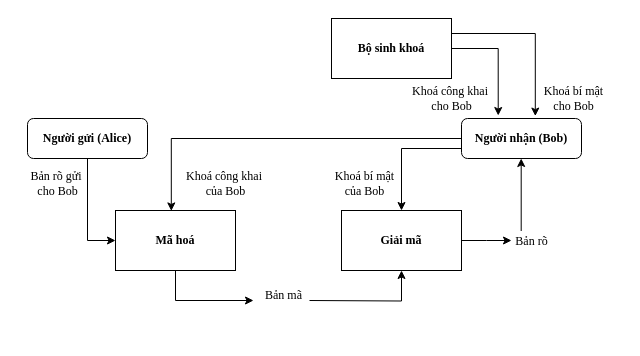
The draw.io diagram PKE.drawio in huyle84/diagrams, before the edit. Source tidied: cells renumbered, new cells numbered last; positions are measured from the earlier drawing's top-left corner, leaving out a move shared by most shapes. Both pictures are drawn from the tidied source at 100%, with x=0, y=0 at pixel (17, 18).
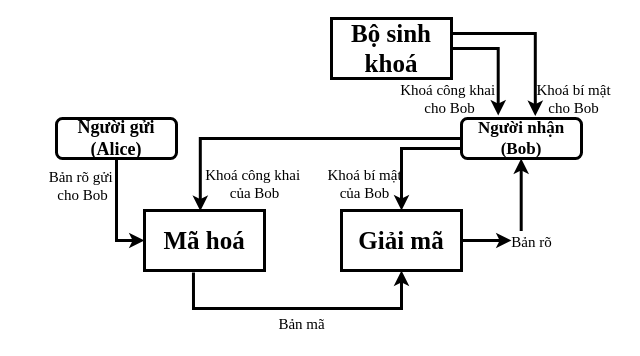
Above is the later version.

What changed in the source:
```diff
@@
-    <mxCell id="2" value="&lt;b&gt;&lt;font face=&quot;Times New Roman&quot;&gt;Mã hoá&lt;/font&gt;&lt;/b&gt;" style="rounded=0;whiteSpace=wrap;html=1;" parent="1" vertex="1">
-      <mxGeometry x="98" y="192" width="120" height="60" as="geometry" />
+    <mxCell id="2" value="&lt;b&gt;&lt;font face=&quot;Times New Roman&quot; style=&quot;font-size: 25px;&quot;&gt;Mã hoá&lt;/font&gt;&lt;/b&gt;" style="rounded=0;whiteSpace=wrap;html=1;strokeWidth=3;" parent="1" vertex="1">
+      <mxGeometry x="127" y="192" width="120" height="60" as="geometry" />
     </mxCell>
-    <mxCell id="3" style="edgeStyle=orthogonalEdgeStyle;rounded=0;jettySize=auto;html=1;" parent="1" edge="1" source="4">
+    <mxCell id="3" style="edgeStyle=orthogonalEdgeStyle;rounded=0;jettySize=auto;html=1;strokeWidth=3;" parent="1" edge="1" source="4">
       <mxGeometry relative="1" as="geometry">
         <mxPoint x="494" y="222" as="targetPoint" />
       </mxGeometry>
     </mxCell>
-    <mxCell id="4" value="&lt;font face=&quot;Times New Roman&quot;&gt;&lt;b&gt;Giải mã&lt;/b&gt;&lt;/font&gt;" style="rounded=0;whiteSpace=wrap;html=1;" parent="1" vertex="1">
+    <mxCell id="4" value="&lt;font face=&quot;Times New Roman&quot; style=&quot;font-size: 25px;&quot;&gt;&lt;b style=&quot;&quot;&gt;Giải mã&lt;/b&gt;&lt;/font&gt;" style="rounded=0;whiteSpace=wrap;html=1;strokeWidth=3;" parent="1" vertex="1">
       <mxGeometry x="324" y="192" width="120" height="60" as="geometry" />
     </mxCell>
-    <mxCell id="5" style="edgeStyle=orthogonalEdgeStyle;rounded=0;jettySize=auto;html=1;exitX=0;exitY=0.5;exitDx=0;exitDy=0;entryX=0.465;entryY=0.007;entryDx=0;entryDy=0;entryPerimeter=0;" parent="1" edge="1" source="16" target="2">
+    <mxCell id="5" style="edgeStyle=orthogonalEdgeStyle;rounded=0;jettySize=auto;html=1;exitX=0;exitY=0.5;exitDx=0;exitDy=0;entryX=0.465;entryY=0.007;entryDx=0;entryDy=0;entryPerimeter=0;strokeWidth=3;" parent="1" edge="1" source="16" target="2">
       <mxGeometry relative="1" as="geometry" />
     </mxCell>
-    <mxCell id="6" value="&lt;font face=&quot;Times New Roman&quot;&gt;Bộ sinh khoá&lt;/font&gt;" style="rounded=0;whiteSpace=wrap;html=1;fontStyle=1;" parent="1" vertex="1">
+    <mxCell id="6" value="&lt;font face=&quot;Times New Roman&quot; style=&quot;font-size: 25px;&quot;&gt;Bộ sinh khoá&lt;/font&gt;" style="rounded=0;whiteSpace=wrap;html=1;fontStyle=1;strokeWidth=3;" parent="1" vertex="1">
       <mxGeometry x="314" width="120" height="60" as="geometry" />
     </mxCell>
-    <mxCell id="7" value="&lt;font face=&quot;Times New Roman&quot;&gt;Khoá công khai&amp;nbsp;&lt;/font&gt;&lt;div&gt;&lt;font face=&quot;Times New Roman&quot;&gt;của Bob&lt;/font&gt;&lt;/div&gt;" style="text;html=1;align=center;verticalAlign=middle;strokeColor=none;fillColor=none;" parent="1" vertex="1">
-      <mxGeometry x="158" y="145" width="100" height="40" as="geometry" />
+    <mxCell id="7" value="&lt;font face=&quot;Times New Roman&quot; style=&quot;font-size: 15px;&quot;&gt;Khoá công khai&amp;nbsp;&lt;/font&gt;&lt;div&gt;&lt;font face=&quot;Times New Roman&quot; style=&quot;font-size: 15px;&quot;&gt;của Bob&lt;/font&gt;&lt;/div&gt;" style="text;html=1;align=center;verticalAlign=middle;strokeColor=none;fillColor=none;strokeWidth=3;" parent="1" vertex="1">
+      <mxGeometry x="177" y="140" width="120" height="50" as="geometry" />
     </mxCell>
-    <mxCell id="8" value="&lt;font face=&quot;Times New Roman&quot;&gt;Khoá bí mật&lt;/font&gt;&lt;div&gt;&lt;font face=&quot;Times New Roman&quot;&gt;của Bob&lt;/font&gt;&lt;br&gt;&lt;/div&gt;" style="text;html=1;align=center;verticalAlign=middle;strokeColor=none;fillColor=none;" parent="1" vertex="1">
-      <mxGeometry x="307" y="145" width="80" height="40" as="geometry" />
+    <mxCell id="8" value="&lt;font face=&quot;Times New Roman&quot; style=&quot;font-size: 15px;&quot;&gt;Khoá bí mật&lt;/font&gt;&lt;div&gt;&lt;font face=&quot;Times New Roman&quot; style=&quot;font-size: 15px;&quot;&gt;của Bob&lt;/font&gt;&lt;br&gt;&lt;/div&gt;" style="text;html=1;align=center;verticalAlign=middle;strokeColor=none;fillColor=none;strokeWidth=3;" parent="1" vertex="1">
+      <mxGeometry x="297" y="140" width="100" height="50" as="geometry" />
     </mxCell>
-    <mxCell id="9" style="edgeStyle=orthogonalEdgeStyle;rounded=0;jettySize=auto;html=1;entryX=0.5;entryY=1;entryDx=0;entryDy=0;" parent="1" edge="1" target="4">
+    <mxCell id="9" style="edgeStyle=orthogonalEdgeStyle;rounded=0;jettySize=auto;html=1;entryX=0.5;entryY=1;entryDx=0;entryDy=0;strokeWidth=3;exitX=0.408;exitY=1.033;exitDx=0;exitDy=0;exitPerimeter=0;" parent="1" edge="1" source="2" target="4">
       <mxGeometry relative="1" as="geometry">
-        <mxPoint x="292" y="282" as="sourcePoint" />
+        <Array as="points">
+          <mxPoint x="176" y="290" />
+          <mxPoint x="384" y="290" />
+        </Array>
       </mxGeometry>
     </mxCell>
-    <mxCell id="10" value="&lt;font face=&quot;Times New Roman&quot;&gt;Bản mã&lt;/font&gt;&lt;div&gt;&lt;br&gt;&lt;/div&gt;" style="text;html=1;align=center;verticalAlign=middle;points=[];strokeColor=none;fillColor=none;" parent="1" vertex="1">
-      <mxGeometry x="236" y="264" width="60" height="40" as="geometry" />
-    </mxCell>
-    <mxCell id="11" style="edgeStyle=orthogonalEdgeStyle;rounded=0;orthogonalLoop=1;jettySize=auto;html=1;exitX=0.3;exitY=0.017;exitDx=0;exitDy=0;exitPerimeter=0;" parent="1" edge="1">
+    <mxCell id="11" style="edgeStyle=orthogonalEdgeStyle;rounded=0;orthogonalLoop=1;jettySize=auto;html=1;exitX=0.3;exitY=0.017;exitDx=0;exitDy=0;exitPerimeter=0;strokeWidth=3;" parent="1" edge="1">
       <mxGeometry relative="1" as="geometry">
         <mxPoint x="503.7" y="212.5" as="sourcePoint" />
         <mxPoint x="503.7" y="140" as="targetPoint" />
       </mxGeometry>
     </mxCell>
-    <mxCell id="12" value="&lt;font face=&quot;Times New Roman&quot;&gt;Bản rõ&lt;/font&gt;" style="text;html=1;align=center;verticalAlign=middle;strokeColor=none;fillColor=none;" parent="1" vertex="1">
+    <mxCell id="12" value="&lt;font face=&quot;Times New Roman&quot; style=&quot;font-size: 15px;&quot;&gt;Bản rõ&lt;/font&gt;" style="text;html=1;align=center;verticalAlign=middle;strokeColor=none;fillColor=none;strokeWidth=3;" parent="1" vertex="1">
       <mxGeometry x="484" y="208" width="60" height="30" as="geometry" />
     </mxCell>
-    <mxCell id="13" style="edgeStyle=orthogonalEdgeStyle;rounded=0;jettySize=auto;html=1;exitX=0.5;exitY=1;exitDx=0;exitDy=0;entryX=0;entryY=0.45;entryDx=0;entryDy=0;entryPerimeter=0;" parent="1" edge="1" source="2" target="10">
-      <mxGeometry relative="1" as="geometry" />
-    </mxCell>
-    <mxCell id="14" value="&lt;font face=&quot;Times New Roman&quot;&gt;Người gửi (Alice)&lt;/font&gt;" style="rounded=1;whiteSpace=wrap;html=1;fontStyle=1;" parent="1" vertex="1">
-      <mxGeometry x="10" y="100" width="120" height="40" as="geometry" />
+    <mxCell id="14" value="&lt;font face=&quot;Times New Roman&quot; style=&quot;font-size: 18px;&quot;&gt;Người gửi (Alice)&lt;/font&gt;" style="rounded=1;whiteSpace=wrap;html=1;fontStyle=1;strokeWidth=3;" parent="1" vertex="1">
+      <mxGeometry x="39" y="100" width="120" height="40" as="geometry" />
     </mxCell>
-    <mxCell id="15" style="edgeStyle=orthogonalEdgeStyle;rounded=0;jettySize=auto;html=1;exitX=0;exitY=0.75;exitDx=0;exitDy=0;entryX=0.5;entryY=0;entryDx=0;entryDy=0;" parent="1" edge="1" source="16" target="4">
+    <mxCell id="15" style="edgeStyle=orthogonalEdgeStyle;rounded=0;jettySize=auto;html=1;exitX=0;exitY=0.75;exitDx=0;exitDy=0;entryX=0.5;entryY=0;entryDx=0;entryDy=0;strokeWidth=3;" parent="1" edge="1" source="16" target="4">
       <mxGeometry relative="1" as="geometry" />
     </mxCell>
-    <mxCell id="16" value="&lt;font face=&quot;Times New Roman&quot;&gt;Người nhận (Bob)&lt;/font&gt;" style="rounded=1;whiteSpace=wrap;html=1;fontStyle=1;" parent="1" vertex="1">
+    <mxCell id="16" value="&lt;font face=&quot;Times New Roman&quot; style=&quot;font-size: 17px;&quot;&gt;Người nhận (Bob)&lt;/font&gt;" style="rounded=1;whiteSpace=wrap;html=1;fontStyle=1;strokeWidth=3;" parent="1" vertex="1">
       <mxGeometry x="444" y="100" width="120" height="40" as="geometry" />
     </mxCell>
-    <mxCell id="17" value="&lt;font face=&quot;Times New Roman&quot;&gt;Bản rõ gửi&amp;nbsp;&lt;/font&gt;&lt;div&gt;&lt;font face=&quot;Times New Roman&quot;&gt;cho Bob&lt;/font&gt;&lt;/div&gt;" style="text;html=1;align=center;verticalAlign=middle;strokeColor=none;fillColor=none;" parent="1" vertex="1">
-      <mxGeometry y="145" width="80" height="40" as="geometry" />
+    <mxCell id="17" value="&lt;font face=&quot;Times New Roman&quot; style=&quot;font-size: 15px;&quot;&gt;Bản rõ gửi&amp;nbsp;&lt;/font&gt;&lt;div&gt;&lt;font face=&quot;Times New Roman&quot; style=&quot;font-size: 15px;&quot;&gt;cho Bob&lt;/font&gt;&lt;/div&gt;" style="text;html=1;align=center;verticalAlign=middle;strokeColor=none;fillColor=none;strokeWidth=3;" parent="1" vertex="1">
+      <mxGeometry x="20" y="142" width="90" height="50" as="geometry" />
     </mxCell>
-    <mxCell id="18" style="edgeStyle=orthogonalEdgeStyle;rounded=0;jettySize=auto;html=1;exitX=0.5;exitY=1;exitDx=0;exitDy=0;entryX=0;entryY=0.5;entryDx=0;entryDy=0;" parent="1" edge="1" source="14" target="2">
+    <mxCell id="18" style="edgeStyle=orthogonalEdgeStyle;rounded=0;jettySize=auto;html=1;exitX=0.5;exitY=1;exitDx=0;exitDy=0;entryX=0;entryY=0.5;entryDx=0;entryDy=0;strokeWidth=3;" parent="1" edge="1" source="14" target="2">
       <mxGeometry relative="1" as="geometry" />
     </mxCell>
-    <mxCell id="19" value="&lt;font face=&quot;Times New Roman&quot;&gt;Khoá công khai&amp;nbsp;&lt;/font&gt;&lt;div&gt;&lt;font face=&quot;Times New Roman&quot;&gt;cho Bob&lt;/font&gt;&lt;/div&gt;" style="text;html=1;align=center;verticalAlign=middle;strokeColor=none;fillColor=none;" parent="1" vertex="1">
-      <mxGeometry x="384" y="60" width="100" height="40" as="geometry" />
+    <mxCell id="19" value="&lt;font face=&quot;Times New Roman&quot; style=&quot;font-size: 15px;&quot;&gt;Khoá công khai&amp;nbsp;&lt;/font&gt;&lt;div&gt;&lt;font face=&quot;Times New Roman&quot; style=&quot;font-size: 15px;&quot;&gt;cho Bob&lt;/font&gt;&lt;/div&gt;" style="text;html=1;align=center;verticalAlign=middle;strokeColor=none;fillColor=none;strokeWidth=3;" parent="1" vertex="1">
+      <mxGeometry x="372" y="55" width="120" height="50" as="geometry" />
     </mxCell>
-    <mxCell id="20" style="edgeStyle=orthogonalEdgeStyle;rounded=0;jettySize=auto;html=1;exitX=1;exitY=0.5;exitDx=0;exitDy=0;entryX=0.306;entryY=-0.075;entryDx=0;entryDy=0;entryPerimeter=0;" parent="1" edge="1" source="6" target="16">
+    <mxCell id="20" style="edgeStyle=orthogonalEdgeStyle;rounded=0;jettySize=auto;html=1;exitX=1;exitY=0.5;exitDx=0;exitDy=0;entryX=0.306;entryY=-0.075;entryDx=0;entryDy=0;entryPerimeter=0;strokeWidth=3;" parent="1" edge="1" source="6" target="16">
       <mxGeometry relative="1" as="geometry" />
     </mxCell>
-    <mxCell id="21" style="edgeStyle=orthogonalEdgeStyle;rounded=0;jettySize=auto;html=1;exitX=1;exitY=0.25;exitDx=0;exitDy=0;entryX=0.615;entryY=-0.061;entryDx=0;entryDy=0;entryPerimeter=0;" parent="1" edge="1" source="6" target="16">
+    <mxCell id="21" style="edgeStyle=orthogonalEdgeStyle;rounded=0;jettySize=auto;html=1;exitX=1;exitY=0.25;exitDx=0;exitDy=0;entryX=0.615;entryY=-0.061;entryDx=0;entryDy=0;entryPerimeter=0;strokeWidth=3;" parent="1" edge="1" source="6" target="16">
       <mxGeometry relative="1" as="geometry" />
     </mxCell>
-    <mxCell id="22" value="&lt;font face=&quot;Times New Roman&quot;&gt;Khoá bí mật&lt;/font&gt;&lt;div&gt;&lt;font face=&quot;Times New Roman&quot;&gt;cho Bob&lt;/font&gt;&lt;br&gt;&lt;/div&gt;" style="text;html=1;align=center;verticalAlign=middle;strokeColor=none;fillColor=none;" parent="1" vertex="1">
-      <mxGeometry x="516" y="60" width="80" height="40" as="geometry" />
+    <mxCell id="22" value="&lt;font face=&quot;Times New Roman&quot; style=&quot;font-size: 15px;&quot;&gt;Khoá bí mật&lt;/font&gt;&lt;div&gt;&lt;font face=&quot;Times New Roman&quot; style=&quot;font-size: 15px;&quot;&gt;cho Bob&lt;/font&gt;&lt;br&gt;&lt;/div&gt;" style="text;html=1;align=center;verticalAlign=middle;strokeColor=none;fillColor=none;strokeWidth=3;" parent="1" vertex="1">
+      <mxGeometry x="506" y="55" width="100" height="50" as="geometry" />
     </mxCell>
+    <mxCell id="10" value="&lt;font face=&quot;Times New Roman&quot; style=&quot;font-size: 15px;&quot;&gt;Bản mã&lt;/font&gt;" style="text;html=1;align=center;verticalAlign=middle;points=[];strokeColor=none;fillColor=none;strokeWidth=3;" parent="1" vertex="1">
+      <mxGeometry x="249" y="290" width="70" height="30" as="geometry" />
+    </mxCell>
```
